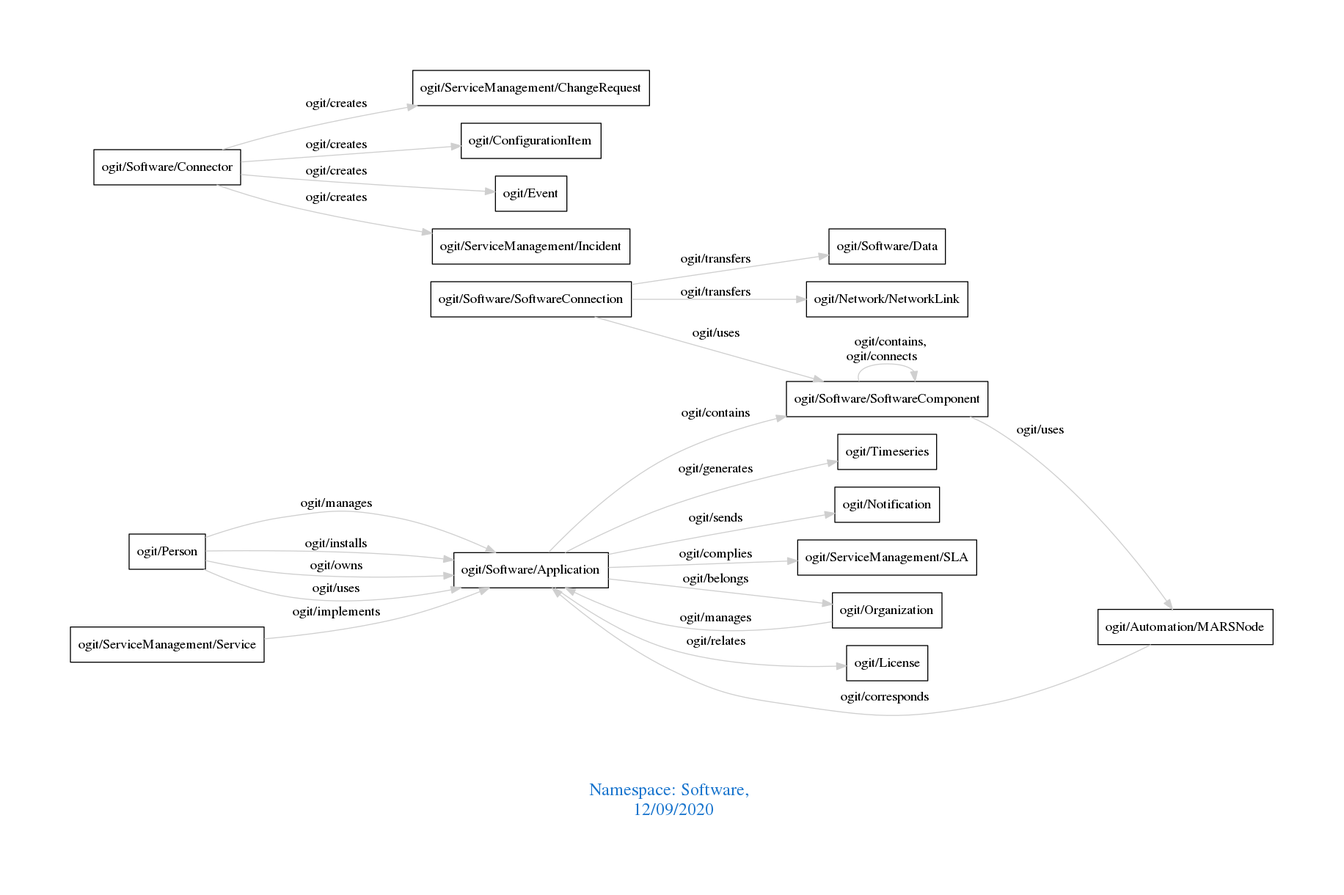
The Graphviz diagram downloads/Software.png in arago/OGIT, before a commit. Its source is kept beside it as downloads/Software.dot.
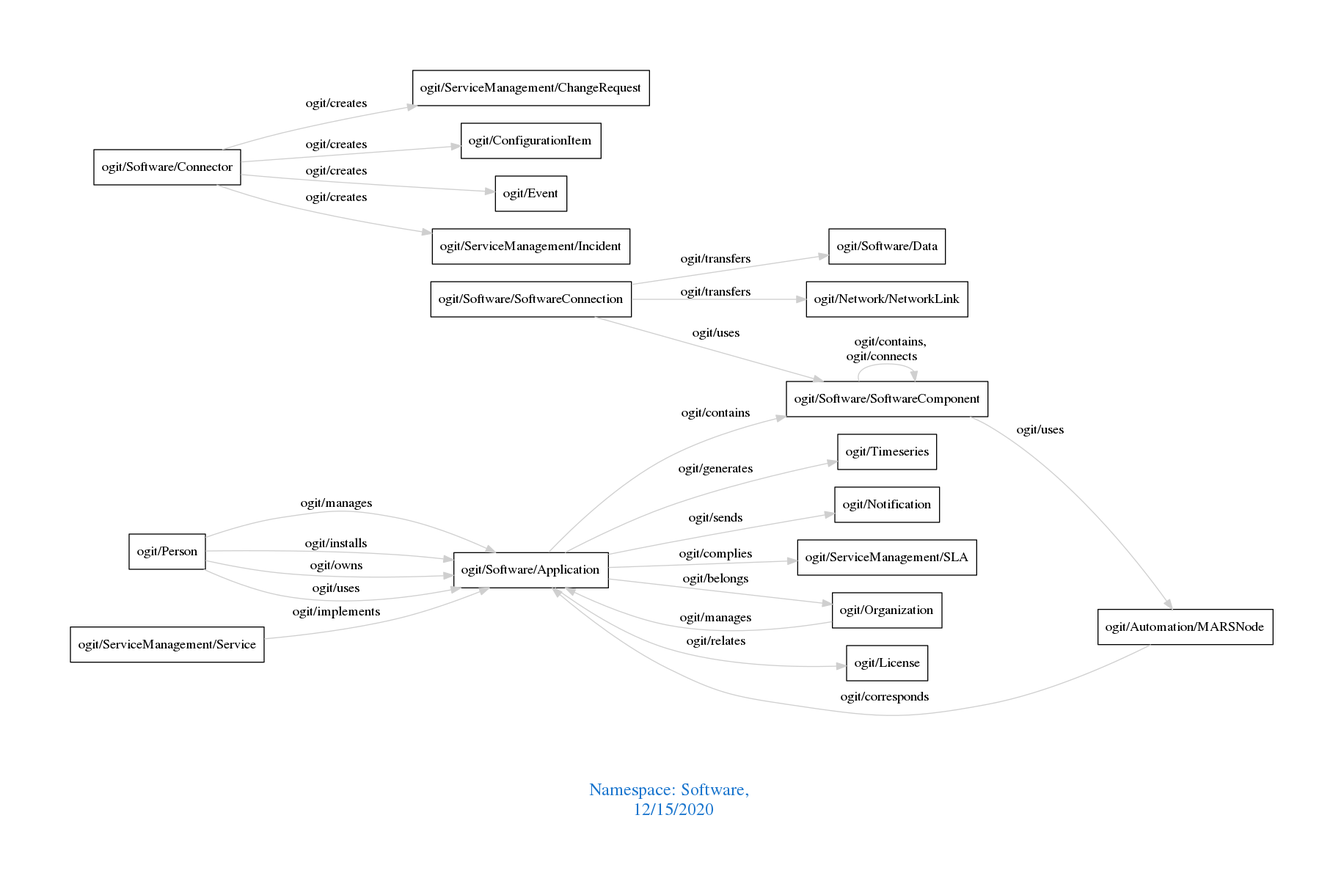
After the commit.

The edit, as a diff of the source:
```diff
@@ -1,7 +1,7 @@
 digraph OGIT_ontology {
  graph [ rankdir= LR,pad=1
 fontsize = 18,
-fontcolor= dodgerblue3,label = "\n\n\nNamespace: Software, \n 12/09/2020"];
+fontcolor= dodgerblue3,label = "\n\n\nNamespace: Software, \n 12/15/2020"];
 node[shape=polygon];
 edge [  color="gray81"];
 
```
